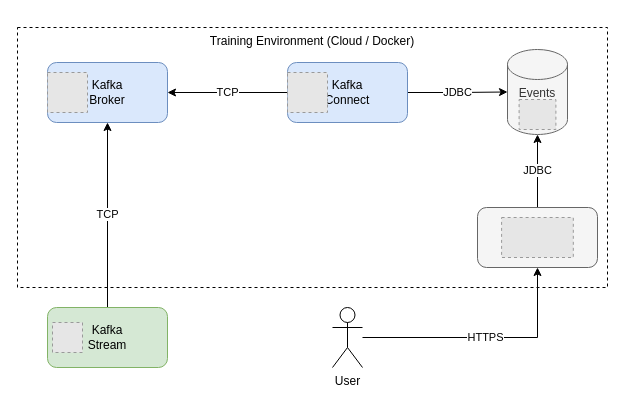
Earlier version of the draw.io diagram img/uc-wp.drawio (lfrei/kafka-training). Source tidied: cells renumbered, new cells numbered last; positions are measured from the earlier drawing's top-left corner, leaving out a move shared by most shapes. Both pictures are drawn from the tidied source at 100%, with x=0, y=0 at pixel (17, 27). Pictures stored in the file or linked from it are replaced by grey dashed boxes.
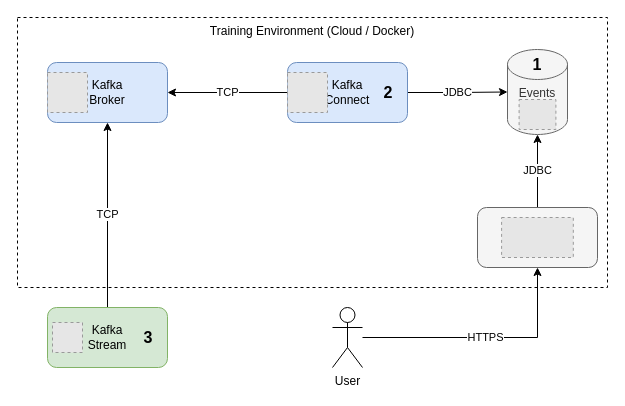
The same page after the edit.

Change to the diagram source:
```diff
@@
     <mxCell id="2" value="Training Environment (Cloud / Docker)" style="rounded=0;whiteSpace=wrap;html=1;dashed=1;verticalAlign=top;" parent="1" vertex="1">
-      <mxGeometry width="590" height="260" as="geometry" />
+      <mxGeometry y="-10" width="590" height="270" as="geometry" />
     </mxCell>
@@
+    <mxCell id="19" value="1" style="text;html=1;strokeColor=none;fillColor=none;align=center;verticalAlign=middle;whiteSpace=wrap;rounded=0;fontStyle=1;fontSize=16;" parent="1" vertex="1">
+      <mxGeometry x="510" y="27" width="20" height="20" as="geometry" />
+    </mxCell>
+    <mxCell id="20" value="2" style="text;html=1;strokeColor=none;fillColor=none;align=center;verticalAlign=middle;whiteSpace=wrap;rounded=0;fontStyle=1;fontSize=16;" parent="1" vertex="1">
+      <mxGeometry x="361" y="54.5" width="20" height="20" as="geometry" />
+    </mxCell>
+    <mxCell id="21" value="3" style="text;html=1;strokeColor=none;fillColor=none;align=center;verticalAlign=middle;whiteSpace=wrap;rounded=0;fontStyle=1;fontSize=16;" parent="1" vertex="1">
+      <mxGeometry x="121" y="300" width="20" height="20" as="geometry" />
+    </mxCell>
```
